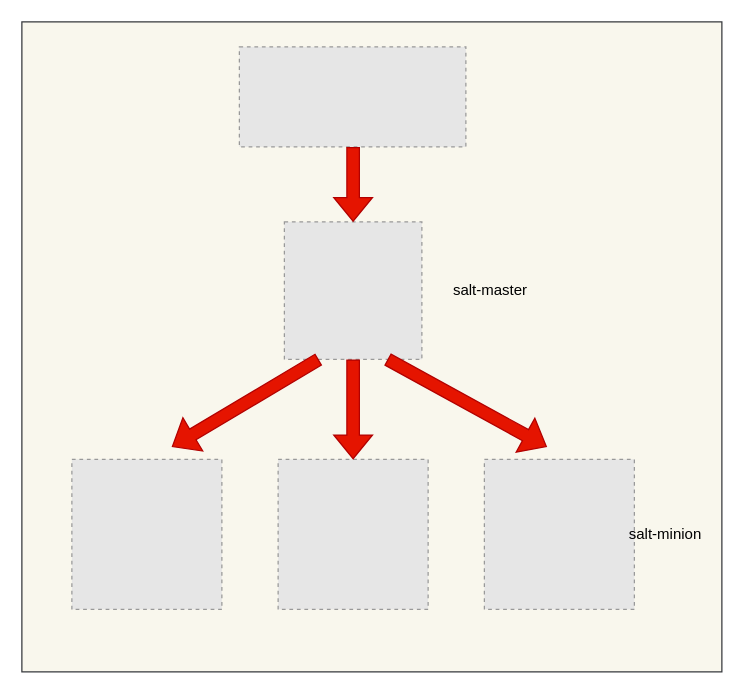
This is kube-scheduler.drawio from YanshanSong/draw.io, a draw.io file, before an edit. Source tidied: cells renumbered, new cells numbered last; positions are measured from the earlier drawing's top-left corner, leaving out a move shared by most shapes. Both pictures are drawn from the tidied source at 125%, with x=0, y=0 at pixel (21, 21). Pictures stored in the file or linked from it are replaced by grey dashed boxes.
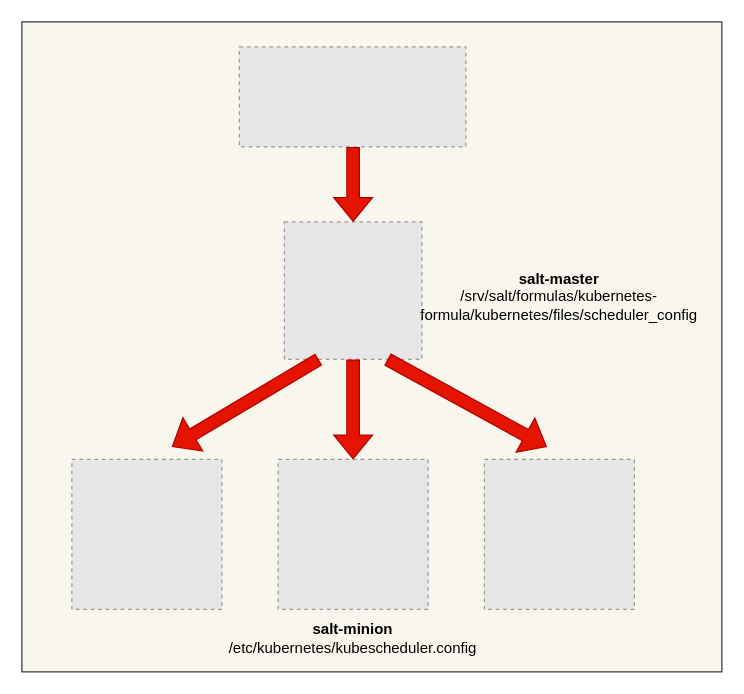
Above is the later version.

Change to the diagram source:
```diff
@@
 <mxGraphModel>
   <root>
     <mxCell id="0" />
     <mxCell id="1" parent="0" />
     <mxCell id="2" style="rounded=0;whiteSpace=wrap;html=1;fillColor=#f9f7ed;strokeColor=#36393d;" parent="1" vertex="1">
       <mxGeometry width="560" height="520" as="geometry" />
     </mxCell>
     <mxCell id="3" style="fillColor=#E6E6E6;strokeColor=#999999;dashed=1;verticalLabelPosition=bottom;labelBackgroundColor=default;verticalAlign=top;" parent="1" vertex="1">
       <mxGeometry x="174" y="20" width="181.2" height="80" as="geometry" />
     </mxCell>
     <mxCell id="4" style="fillColor=#E6E6E6;strokeColor=#999999;dashed=1;verticalLabelPosition=bottom;labelBackgroundColor=default;verticalAlign=top;" parent="1" vertex="1">
       <mxGeometry x="210" y="160" width="110" height="110" as="geometry" />
     </mxCell>
     <mxCell id="5" style="fillColor=#E6E6E6;strokeColor=#999999;dashed=1;verticalLabelPosition=bottom;labelBackgroundColor=default;verticalAlign=top;" parent="1" vertex="1">
       <mxGeometry x="205" y="350" width="120" height="120" as="geometry" />
     </mxCell>
     <mxCell id="6" style="fillColor=#E6E6E6;strokeColor=#999999;dashed=1;verticalLabelPosition=bottom;labelBackgroundColor=default;verticalAlign=top;" parent="1" vertex="1">
       <mxGeometry x="40" y="350" width="120" height="120" as="geometry" />
     </mxCell>
     <mxCell id="7" style="fillColor=#E6E6E6;strokeColor=#999999;dashed=1;verticalLabelPosition=bottom;labelBackgroundColor=default;verticalAlign=top;" parent="1" vertex="1">
       <mxGeometry x="370" y="350" width="120" height="120" as="geometry" />
     </mxCell>
     <mxCell id="8" style="shape=flexArrow;endArrow=classic;html=1;rounded=0;fillColor=#e51400;strokeColor=#B20000;" parent="1" edge="1">
       <mxGeometry relative="1" as="geometry">
         <mxPoint x="265" y="100" as="sourcePoint" />
         <mxPoint x="265" y="160" as="targetPoint" />
       </mxGeometry>
     </mxCell>
     <mxCell id="9" style="shape=flexArrow;endArrow=classic;html=1;rounded=0;exitX=0.25;exitY=1;exitDx=0;exitDy=0;fillColor=#e51400;strokeColor=#B20000;" parent="1" edge="1" source="4">
       <mxGeometry relative="1" as="geometry">
         <mxPoint x="120" y="340" as="targetPoint" />
       </mxGeometry>
     </mxCell>
     <mxCell id="10" style="shape=flexArrow;endArrow=classic;html=1;rounded=0;exitX=0.75;exitY=1;exitDx=0;exitDy=0;fillColor=#e51400;strokeColor=#B20000;" parent="1" edge="1" source="4">
       <mxGeometry relative="1" as="geometry">
         <mxPoint x="420" y="340" as="targetPoint" />
       </mxGeometry>
     </mxCell>
     <mxCell id="11" style="shape=flexArrow;endArrow=classic;html=1;rounded=0;exitX=0.5;exitY=1;exitDx=0;exitDy=0;entryX=0.5;entryY=0;entryDx=0;entryDy=0;fillColor=#e51400;strokeColor=#B20000;" parent="1" edge="1" source="4" target="5">
       <mxGeometry relative="1" as="geometry" />
     </mxCell>
-    <mxCell id="12" value="salt-master" style="text;html=1;strokeColor=none;fillColor=none;align=center;verticalAlign=middle;whiteSpace=wrap;rounded=0;" parent="1" vertex="1">
-      <mxGeometry x="340" y="200" width="70" height="30" as="geometry" />
+    <mxCell id="12" value="&lt;b&gt;salt-master&lt;/b&gt;&lt;br&gt;/srv/salt/formulas/kubernetes-formula/kubernetes/files/scheduler_config" style="text;html=1;strokeColor=none;fillColor=none;align=center;verticalAlign=middle;whiteSpace=wrap;rounded=0;" parent="1" vertex="1">
+      <mxGeometry x="305" y="200" width="250" height="40" as="geometry" />
     </mxCell>
-    <mxCell id="13" value="salt-minion" style="text;html=1;strokeColor=none;fillColor=none;align=center;verticalAlign=middle;whiteSpace=wrap;rounded=0;" parent="1" vertex="1">
-      <mxGeometry x="480" y="395" width="70" height="30" as="geometry" />
+    <mxCell id="13" value="&lt;b&gt;salt-minion&lt;/b&gt;&lt;br&gt;/etc/kubernetes/kubescheduler.config" style="text;html=1;strokeColor=none;fillColor=none;align=center;verticalAlign=middle;whiteSpace=wrap;rounded=0;" parent="1" vertex="1">
+      <mxGeometry x="229.6" y="480" width="70" height="25" as="geometry" />
     </mxCell>
   </root>
 </mxGraphModel>
```
